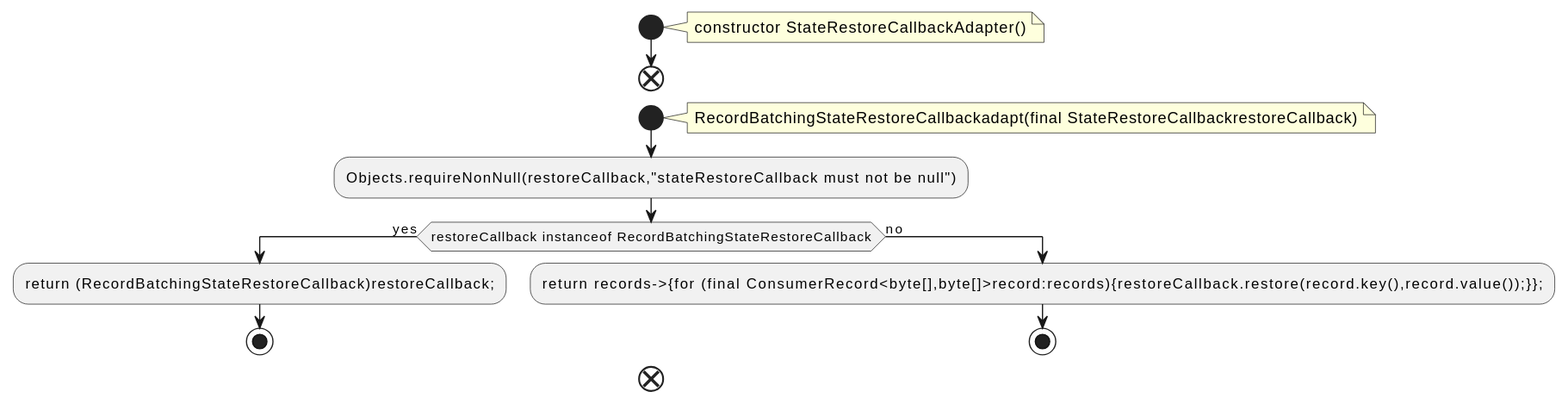
Before: docs/qc/streams/src/main/java/org/apache/kafka/streams/processor/internals/StateRestoreCallbackAdapter.java.fct.svg, a diagram exported from PlantUML (qualitesys/kafka).
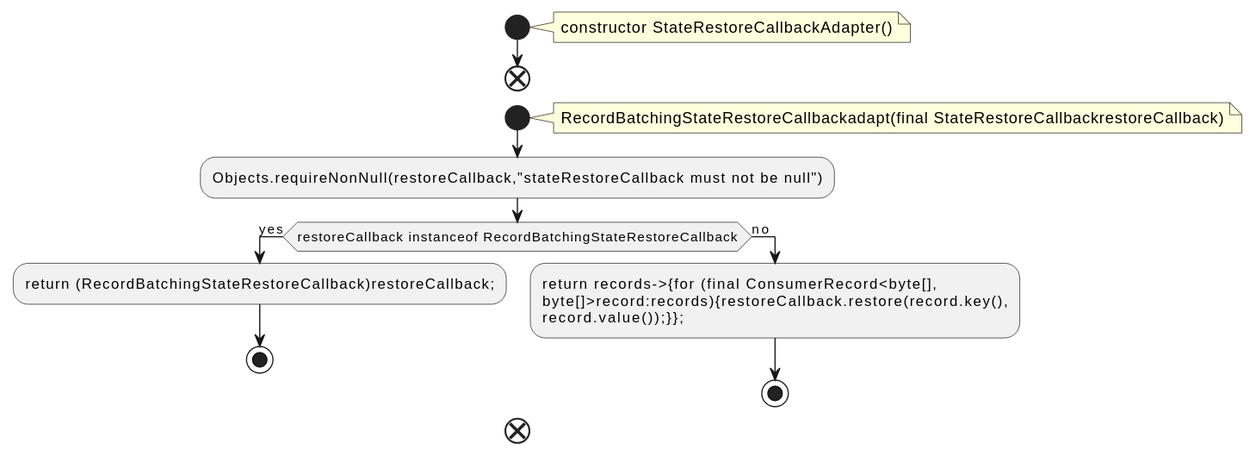
The same diagram one commit later.

The edit, as a diff of the source:
```diff
@@ -14,7 +14,9 @@
 :return (RecordBatchingStateRestoreCallback)restoreCallback;;
 stop
 else (no)
-:return records->{for (final ConsumerRecord<byte[],byte[]>record:records){restoreCallback.restore(record.key(),record.value());}};;
+:return records->{for (final ConsumerRecord<byte[],
+byte[]>record:records){restoreCallback.restore(record.key(),
+record.value());}};;
 stop
 endif
 end
```
